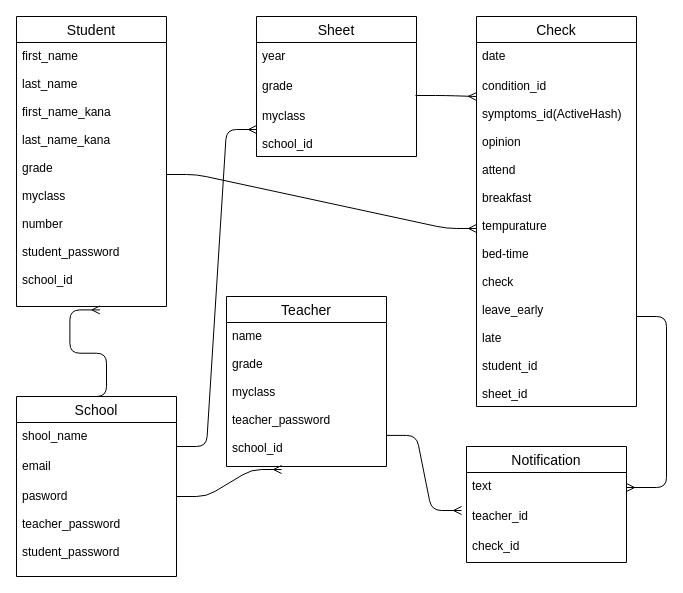
Above: ER.dio in masataku/health_check (draw.io), before the change. Source tidied: cells renumbered, new cells numbered last; positions are measured from the earlier drawing's top-left corner, leaving out a move shared by most shapes. Both pictures are drawn from the tidied source at 100%, with x=0, y=0 at pixel (16, 16).
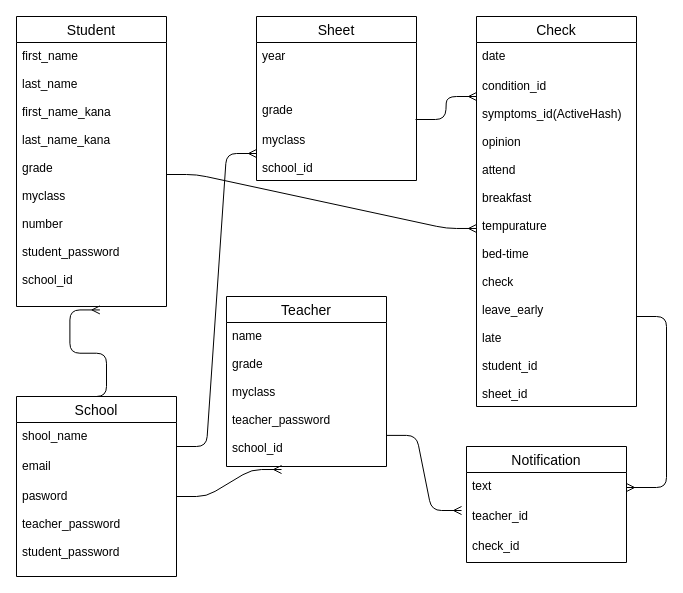
After the change.

The edit, as a diff of the source:
```diff
@@
     <mxCell id="8" value="Sheet" style="swimlane;fontStyle=0;horizontal=1;startSize=26;align=center;fontSize=14;" parent="1" vertex="1">
-      <mxGeometry x="240" width="160" height="140" as="geometry" />
+      <mxGeometry x="240" width="160" height="164" as="geometry" />
     </mxCell>
-    <mxCell id="9" value="year" style="text;strokeColor=none;fillColor=none;spacingLeft=4;spacingRight=4;overflow=hidden;fontSize=12;" parent="8" vertex="1">
-      <mxGeometry y="26" width="160" height="30" as="geometry" />
+    <mxCell id="9" value="year&#10;" style="text;strokeColor=none;fillColor=none;spacingLeft=4;spacingRight=4;overflow=hidden;fontSize=12;" parent="8" vertex="1">
+      <mxGeometry y="26" width="160" height="54" as="geometry" />
     </mxCell>
     <mxCell id="10" value="grade" style="text;strokeColor=none;fillColor=none;spacingLeft=4;spacingRight=4;overflow=hidden;points=[[0,0.5],[1,0.5]];portConstraint=eastwest;fontSize=12;" parent="8" vertex="1">
-      <mxGeometry y="56" width="160" height="30" as="geometry" />
+      <mxGeometry y="80" width="160" height="30" as="geometry" />
     </mxCell>
     <mxCell id="11" value="myclass&#10;&#10;school_id" style="text;strokeColor=none;fillColor=none;spacingLeft=4;spacingRight=4;overflow=hidden;points=[[0,0.5],[1,0.5]];portConstraint=eastwest;fontSize=12;" parent="8" vertex="1">
-      <mxGeometry y="86" width="160" height="54" as="geometry" />
+      <mxGeometry y="110" width="160" height="54" as="geometry" />
     </mxCell>
```
